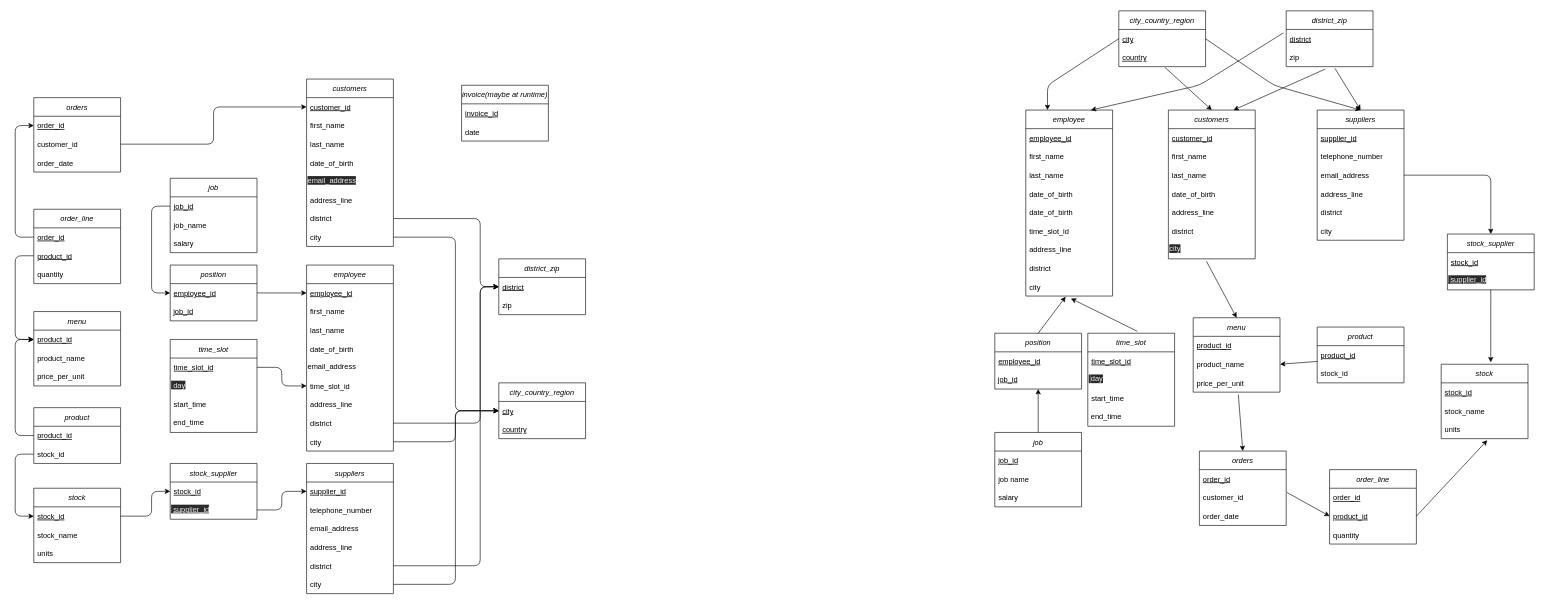
Before: page "Page-1" (1 of 2) of schema.drawio in BlackTea13/Fredie-And-Friends-Coffee, a draw.io diagram. Source tidied: cells renumbered, new cells numbered last; positions are measured from the earlier drawing's top-left corner, leaving out a move shared by most shapes. Both pictures are drawn from the tidied source at 62%, with x=0, y=0 at pixel (15, 11).
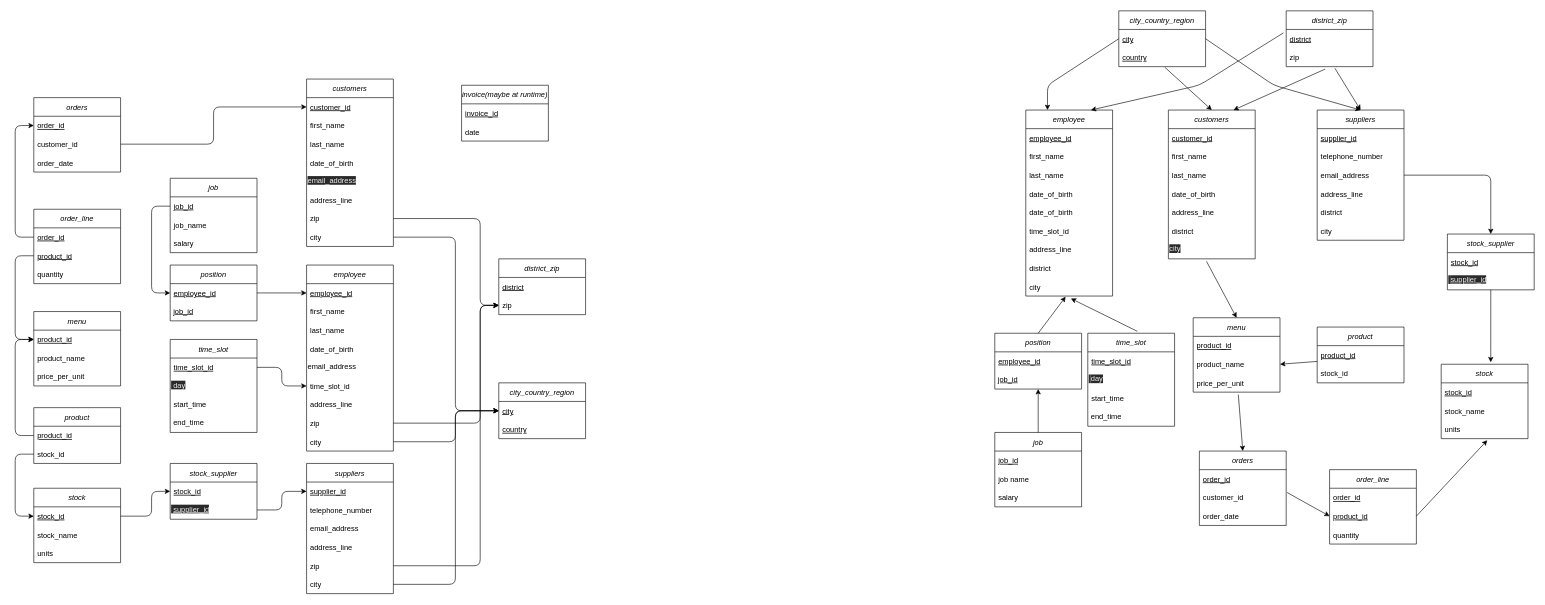
The same page after the edit.

Commit message (it also covers changes not shown here):
changed district to zip in schema

Unchanged cells that the change refers to:
```xml
<mxCell id="5" value="customers" style="swimlane;fontStyle=2;horizontal=1;startSize=30;" parent="1" vertex="1">
  <mxGeometry x="470" y="110" width="140" height="270" as="geometry" />
</mxCell>
<mxCell id="14" value="suppliers" style="swimlane;fontStyle=2;horizontal=1;startSize=30;" parent="1" vertex="1">
  <mxGeometry x="470" y="730" width="140" height="210" as="geometry" />
</mxCell>
<mxCell id="22" value="district" style="text;strokeColor=none;fillColor=none;align=left;verticalAlign=middle;spacingLeft=4;spacingRight=4;overflow=hidden;points=[[0,0.5],[1,0.5]];portConstraint=eastwest;fontStyle=4;" parent="21" vertex="1">
  <mxGeometry y="30" width="140" height="30" as="geometry" />
</mxCell>
<mxCell id="23" value="zip" style="text;strokeColor=none;fillColor=none;align=left;verticalAlign=middle;spacingLeft=4;spacingRight=4;overflow=hidden;points=[[0,0.5],[1,0.5]];portConstraint=eastwest;" parent="21" vertex="1">
  <mxGeometry y="60" width="140" height="30" as="geometry" />
</mxCell>
<mxCell id="47" value="employee" style="swimlane;fontStyle=2;horizontal=1;startSize=30;" parent="1" vertex="1">
  <mxGeometry x="470" y="410" width="140" height="300" as="geometry" />
</mxCell>
```

What changed in the source:
```diff
@@
-    <mxCell id="12" value="district" style="text;strokeColor=none;fillColor=none;align=left;verticalAlign=middle;spacingLeft=4;spacingRight=4;overflow=hidden;" parent="5" vertex="1">
+    <mxCell id="12" value="zip" style="text;strokeColor=none;fillColor=none;align=left;verticalAlign=middle;spacingLeft=4;spacingRight=4;overflow=hidden;" parent="5" vertex="1">
       <mxGeometry y="210" width="140" height="30" as="geometry" />
     </mxCell>
@@
-    <mxCell id="19" value="district" style="text;strokeColor=none;fillColor=none;align=left;verticalAlign=middle;spacingLeft=4;spacingRight=4;overflow=hidden;points=[[0,0.5],[1,0.5]];portConstraint=eastwest;" parent="14" vertex="1">
+    <mxCell id="19" value="zip" style="text;strokeColor=none;fillColor=none;align=left;verticalAlign=middle;spacingLeft=4;spacingRight=4;overflow=hidden;points=[[0,0.5],[1,0.5]];portConstraint=eastwest;" parent="14" vertex="1">
       <mxGeometry y="150" width="140" height="30" as="geometry" />
     </mxCell>
@@
-    <mxCell id="55" value="district" style="text;strokeColor=none;fillColor=none;align=left;verticalAlign=middle;spacingLeft=4;spacingRight=4;overflow=hidden;points=[[0,0.5],[1,0.5]];portConstraint=eastwest;" parent="47" vertex="1">
+    <mxCell id="55" value="zip" style="text;strokeColor=none;fillColor=none;align=left;verticalAlign=middle;spacingLeft=4;spacingRight=4;overflow=hidden;points=[[0,0.5],[1,0.5]];portConstraint=eastwest;" parent="47" vertex="1">
       <mxGeometry y="240" width="140" height="30" as="geometry" />
     </mxCell>
@@
-    <mxCell id="139" style="endArrow=none;html=1;exitX=0;exitY=0.5;exitDx=0;exitDy=0;startArrow=classic;startFill=1;endFill=0;" parent="1" edge="1" source="22">
+    <mxCell id="139" style="endArrow=none;html=1;exitX=0;exitY=0.5;exitDx=0;exitDy=0;startArrow=classic;startFill=1;endFill=0;" parent="1" edge="1" source="23">
       <mxGeometry relative="1" as="geometry">
         <mxPoint x="610" y="335" as="targetPoint" />
         <Array as="points">
-          <mxPoint x="750" y="445" />
+          <mxPoint x="750" y="475" />
           <mxPoint x="750" y="335" />
         </Array>
       </mxGeometry>
     </mxCell>
-    <mxCell id="140" style="endArrow=none;html=1;exitX=0;exitY=0.5;exitDx=0;exitDy=0;entryX=1;entryY=0.5;entryDx=0;entryDy=0;startArrow=classic;startFill=1;endFill=0;" parent="1" edge="1" source="22" target="55">
+    <mxCell id="140" style="endArrow=none;html=1;exitX=0;exitY=0.5;exitDx=0;exitDy=0;entryX=1;entryY=0.5;entryDx=0;entryDy=0;startArrow=classic;startFill=1;endFill=0;" parent="1" edge="1" source="23" target="55">
       <mxGeometry relative="1" as="geometry">
         <Array as="points">
-          <mxPoint x="750" y="445" />
+          <mxPoint x="750" y="475" />
           <mxPoint x="750" y="665" />
         </Array>
       </mxGeometry>
     </mxCell>
-    <mxCell id="141" style="endArrow=none;html=1;exitX=0;exitY=0.5;exitDx=0;exitDy=0;entryX=1;entryY=0.5;entryDx=0;entryDy=0;endFill=0;startArrow=classic;startFill=1;" parent="1" edge="1" source="22" target="19">
+    <mxCell id="141" style="endArrow=none;html=1;exitX=0;exitY=0.5;exitDx=0;exitDy=0;entryX=1;entryY=0.5;entryDx=0;entryDy=0;endFill=0;startArrow=classic;startFill=1;" parent="1" edge="1" source="23" target="19">
       <mxGeometry relative="1" as="geometry">
         <Array as="points">
-          <mxPoint x="750" y="445" />
+          <mxPoint x="750" y="475" />
           <mxPoint x="750" y="895" />
         </Array>
       </mxGeometry>
     </mxCell>
```
